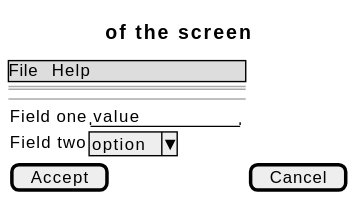
Above: docs/01-requirements/use-cases/manageEnrolment/wireframes.svg in didactika/kampus (PlantUML), before the change. The source it was exported from:
```plantuml
@startsalt
{
  {* File | Help }
  ==
  Title of the screen
  --
  {
    Field one | "value        "
    Field two | ^option^
  }
  [ Accept ] | [ Cancel ]
}
@endsalt
```
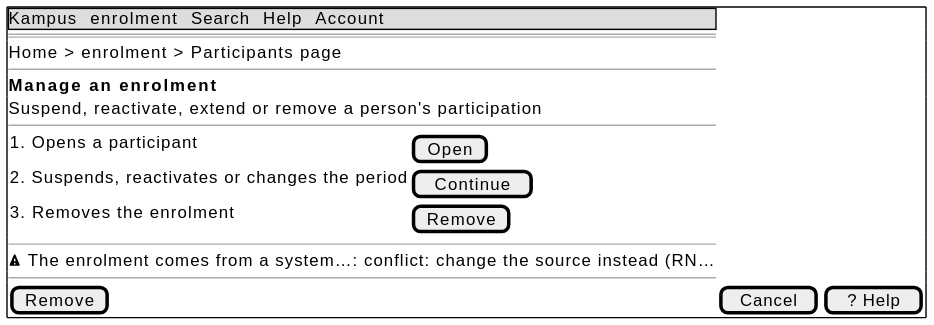
After the commit.

The edit, as a diff of the source:
```diff
@@ -1,13 +1,20 @@
 @startsalt
-{
-  {* File | Help }
+{+
+  {* Kampus | enrolment | Search | Help | Account }
   ==
-  Title of the screen
+  Home > enrolment > Participants page
+  --
+  <b>Manage an enrolment
+  Suspend, reactivate, extend or remove a person's participation
   --
   {
-    Field one | "value        "
-    Field two | ^option^
+    1. Opens a participant | [ Open ]
+    2. Suspends, reactivates or changes the period | [ Continue ]
+    3. Removes the enrolment | [ Remove ]
   }
-  [ Accept ] | [ Cancel ]
+  --
+  <&warning> The enrolment comes from a system…: conflict: change the source instead (RN…
+  --
+  [ Remove ] | [ Cancel ] | [ ? Help ]
 }
 @endsalt
```
